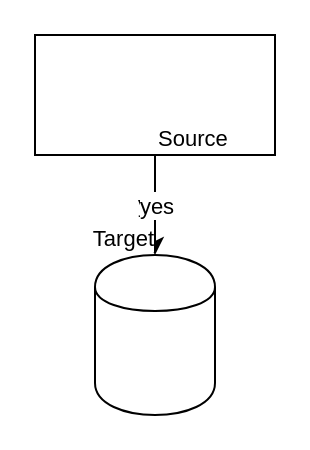
Above: Untitled Diagram.drawio in ujratervezes26/bizti (draw.io), before the change. Source tidied: cells renumbered, new cells numbered last; positions are measured from the earlier drawing's top-left corner, leaving out a move shared by most shapes. Both pictures are drawn from the tidied source at 200%, with x=0, y=0 at pixel (34, 34).
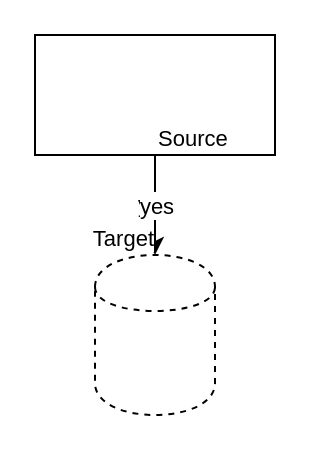
The same diagram, later.

Diff of the diagram source:
```diff
@@
 <mxGraphModel>
   <root>
     <mxCell id="0" />
     <mxCell id="1" parent="0" />
     <mxCell id="2" style="rounded=0;whiteSpace=wrap;html=1;" parent="1" vertex="1">
       <mxGeometry width="120" height="60" as="geometry" />
     </mxCell>
     <mxCell id="3" value="yes" style="endArrow=classic;html=1;exitX=0.5;exitY=1;exitDx=0;exitDy=0;" parent="1" edge="1">
       <mxGeometry relative="1" as="geometry">
         <mxPoint x="60" y="60" as="sourcePoint" />
         <mxPoint x="60" y="110" as="targetPoint" />
       </mxGeometry>
     </mxCell>
     <mxCell id="4" value="yes" style="edgeLabel;html=1;align=center;verticalAlign=middle;" parent="3" vertex="1">
       <mxGeometry relative="1" as="geometry" />
     </mxCell>
     <mxCell id="5" value="Source" style="edgeLabel;html=1;align=left;verticalAlign=bottom;" parent="3" vertex="1">
       <mxGeometry x="-1" relative="1" as="geometry" />
     </mxCell>
     <mxCell id="6" value="Target" style="edgeLabel;html=1;align=right;verticalAlign=bottom;" parent="3" vertex="1">
       <mxGeometry x="1" relative="1" as="geometry" />
     </mxCell>
-    <mxCell id="7" style="shape=cylinder;whiteSpace=wrap;html=1;boundedLbl=1;backgroundOutline=1;" parent="1" vertex="1">
+    <mxCell id="7" style="shape=cylinder;whiteSpace=wrap;html=1;boundedLbl=1;backgroundOutline=1;dashed=1;" parent="1" vertex="1">
       <mxGeometry x="30" y="110" width="60" height="80" as="geometry" />
     </mxCell>
   </root>
 </mxGraphModel>
```
